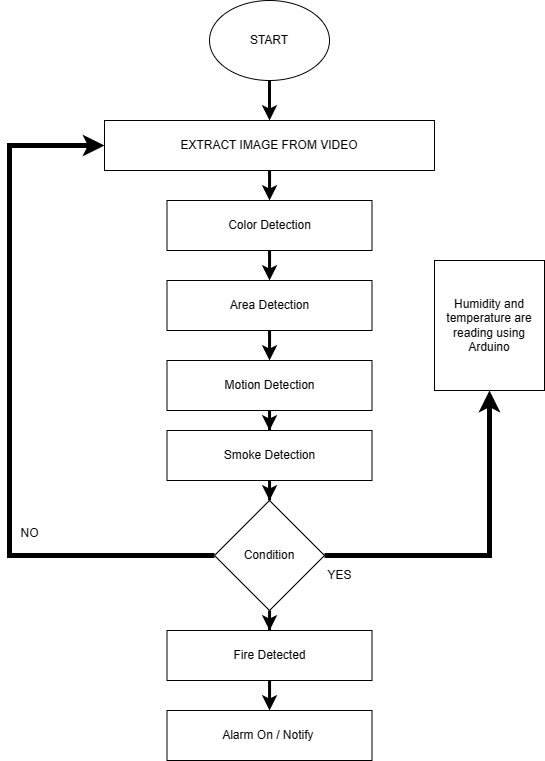
The draw.io diagram Flowchart/fire-detect-flow.drawio.png in NZodasic/Flow_chart_learning, before a commit. Source tidied: cells renumbered, new cells last; positions are measured from the earlier drawing's top-left corner, leaving out a move shared by most shapes.
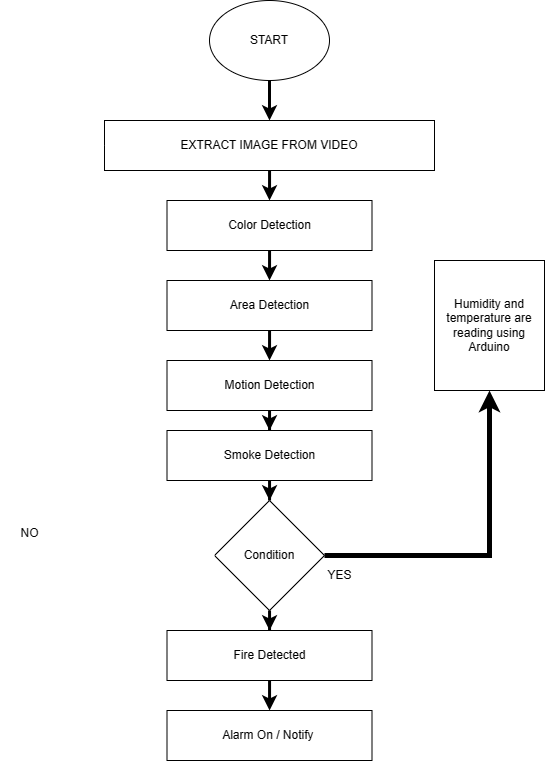
The same diagram one commit later.

Change to the diagram source:
```diff
@@ -56,7 +56,7 @@
     <mxCell id="19" value="Fire Detected" style="rounded=0;whiteSpace=wrap;html=1;" parent="1" vertex="1">
       <mxGeometry x="157.5" y="630" width="205" height="50" as="geometry" />
     </mxCell>
-    <mxCell id="20" style="endArrow=classic;html=1;rounded=0;exitX=0;exitY=0.5;exitDx=0;exitDy=0;entryX=0;entryY=0.5;entryDx=0;entryDy=0;fillColor=#fff2cc;strokeColor=#000000;strokeWidth=5;" parent="1" edge="1" source="15" target="5">
+    <mxCell id="20" style="endArrow=classic;html=1;rounded=0;exitX=0;exitY=0.5;exitDx=0;exitDy=0;entryX=0;entryY=0.5;entryDx=0;entryDy=0;fillColor=#fff2cc;strokeColor=#FFFFFF;strokeWidth=5;" parent="1" edge="1" source="15" target="5">
       <mxGeometry relative="1" as="geometry">
         <Array as="points">
           <mxPoint y="555" />
```
